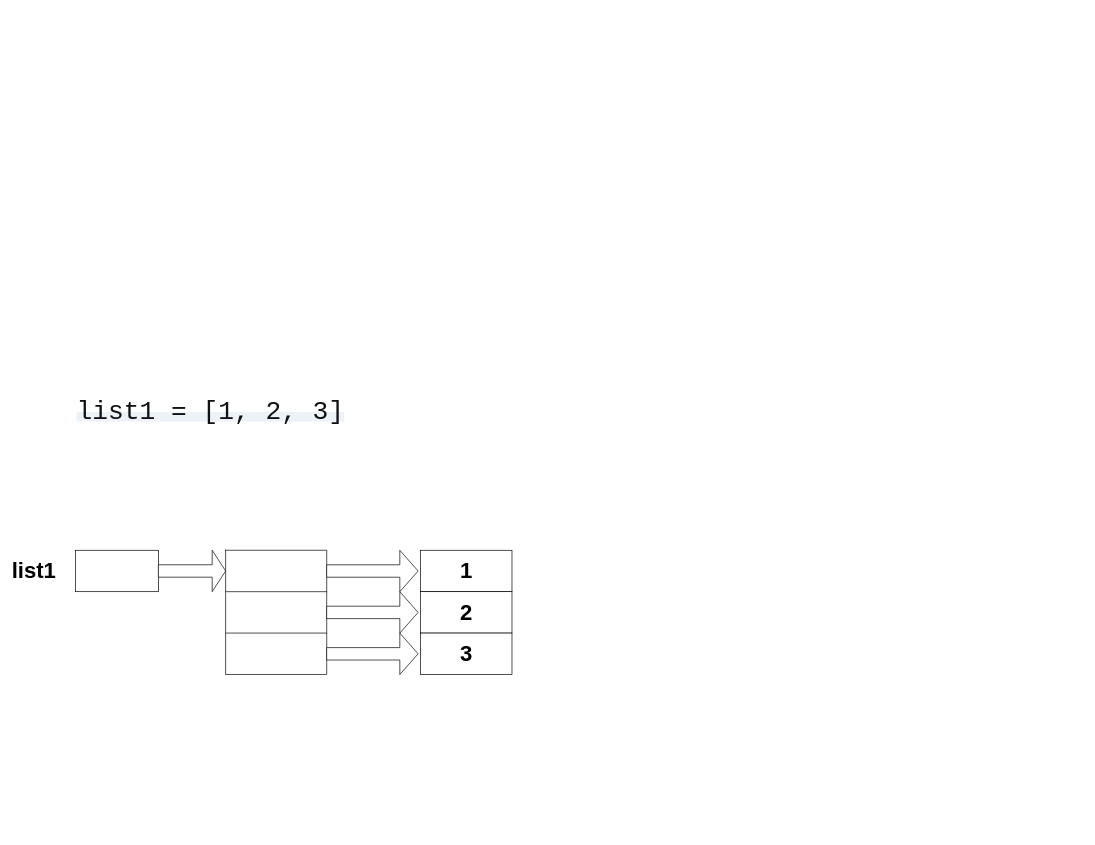
Before: page "list-1" (4 of 5) of docs/diagrams-variables.drawio in kushnertodd/basic-data-science-python, a draw.io diagram. Source tidied: cells renumbered, new cells numbered last; positions are measured from the earlier drawing's top-left corner, leaving out a move shared by most shapes. Both pictures are drawn from the tidied source at 69%, with x=0, y=0 at pixel (13, 12).
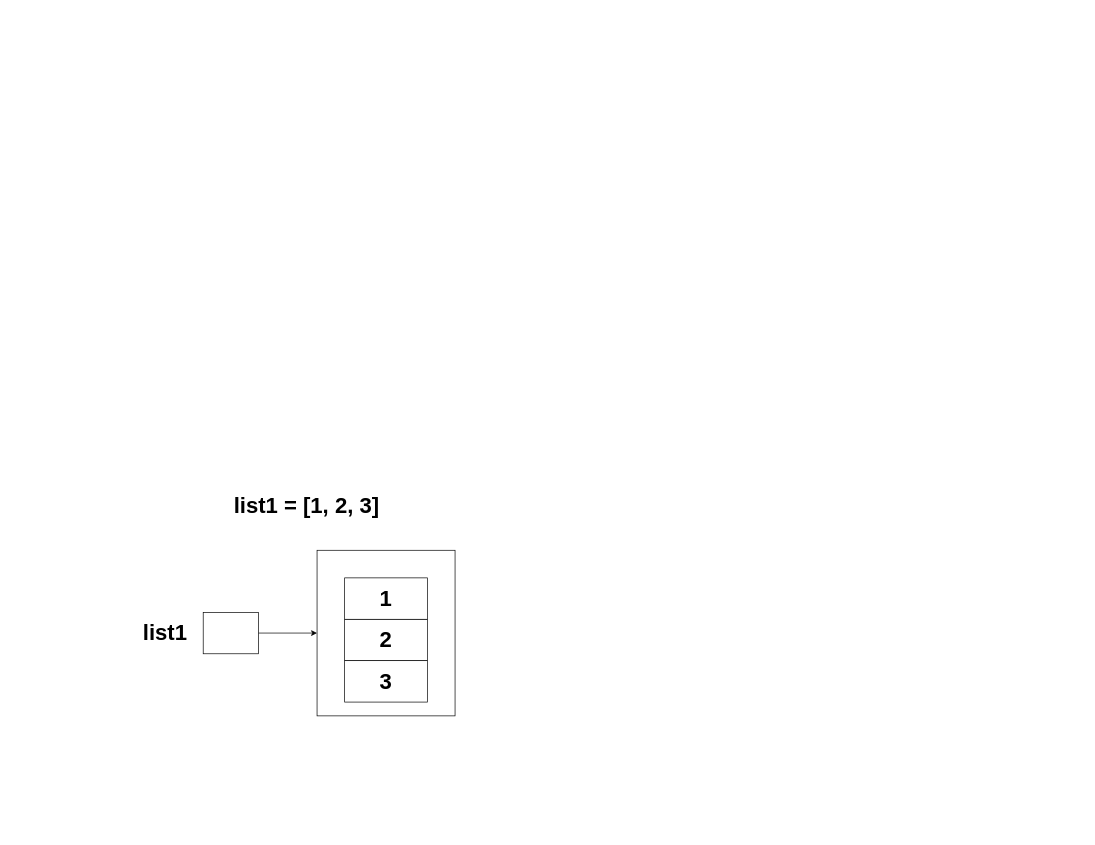
After the change.

Diff of the diagram source:
```diff
@@
 <mxGraphModel>
   <root>
     <mxCell id="0" />
     <mxCell id="1" parent="0" />
+    <mxCell id="20" style="rounded=0;whiteSpace=wrap;html=1;" parent="1" vertex="1">
+      <mxGeometry x="440" y="780" width="200" height="240" as="geometry" />
+    </mxCell>
     <mxCell id="2" style="rounded=0;whiteSpace=wrap;html=1;opacity=0;" parent="1" vertex="1">
-      <mxGeometry x="1040" width="510" height="1190" as="geometry" />
+      <mxGeometry x="160" y="660" width="520" height="400" as="geometry" />
     </mxCell>
-    <mxCell id="3" style="rounded=0;whiteSpace=wrap;html=1;" parent="1" vertex="1">
-      <mxGeometry x="90" y="780" width="120" height="60" as="geometry" />
-    </mxCell>
+    <mxCell id="14" value="&lt;span style=&quot;font-size: 32px;&quot;&gt;&lt;b&gt;2&lt;/b&gt;&lt;/span&gt;" style="rounded=0;whiteSpace=wrap;html=1;" parent="1" vertex="1">
+      <mxGeometry x="480" y="880" width="120" height="60" as="geometry" />
+    </mxCell>
     <mxCell id="4" value="&lt;font style=&quot;font-size: 32px;&quot;&gt;&lt;b&gt;list1&lt;/b&gt;&lt;/font&gt;" style="text;html=1;whiteSpace=wrap;strokeColor=none;fillColor=none;align=center;verticalAlign=middle;rounded=0;" parent="1" vertex="1">
-      <mxGeometry y="795" width="60" height="30" as="geometry" />
+      <mxGeometry x="190" y="885" width="60" height="30" as="geometry" />
     </mxCell>
+    <mxCell id="13" value="&lt;span style=&quot;font-size: 32px;&quot;&gt;&lt;b&gt;1&lt;/b&gt;&lt;/span&gt;" style="rounded=0;whiteSpace=wrap;html=1;" parent="1" vertex="1">
+      <mxGeometry x="480" y="820" width="120" height="60" as="geometry" />
+    </mxCell>
+    <mxCell id="21" style="edgeStyle=orthogonalEdgeStyle;rounded=0;jettySize=auto;html=1;" parent="1" edge="1" source="22" target="20">
+      <mxGeometry relative="1" as="geometry" />
+    </mxCell>
+    <mxCell id="22" style="rounded=0;whiteSpace=wrap;html=1;" parent="1" vertex="1">
+      <mxGeometry x="275" y="870" width="80" height="60" as="geometry" />
+    </mxCell>
+    <mxCell id="15" value="&lt;span style=&quot;font-size: 32px;&quot;&gt;&lt;b&gt;3&lt;/b&gt;&lt;/span&gt;" style="rounded=0;whiteSpace=wrap;html=1;" parent="1" vertex="1">
+      <mxGeometry x="480" y="940" width="120" height="60" as="geometry" />
+    </mxCell>
-    <mxCell id="5" value="&lt;span style=&quot;color: rgb(17, 17, 17); font-family: Consolas, &amp;quot;Liberation Mono&amp;quot;, Menlo, Courier, monospace; font-style: normal; font-variant-ligatures: normal; font-variant-caps: normal; font-weight: 400; letter-spacing: normal; orphans: 2; text-align: start; text-indent: 0px; text-transform: none; widows: 2; word-spacing: 0px; -webkit-text-stroke-width: 0px; white-space: pre-wrap; background-color: rgb(236, 242, 248); text-decoration-thickness: initial; text-decoration-style: initial; text-decoration-color: initial; float: none; display: inline !important;&quot;&gt;&lt;font style=&quot;font-size: 38px;&quot;&gt;list1 = [1, 2, 3]&lt;/font&gt;&lt;/span&gt;" style="text;whiteSpace=wrap;html=1;" parent="1" vertex="1">
-      <mxGeometry x="90" y="550" width="450" height="40" as="geometry" />
+    <mxCell id="5" value="&lt;span style=&quot;font-size: 32px;&quot;&gt;&lt;b&gt;list1 = [1, 2, 3]&lt;/b&gt;&lt;/span&gt;" style="text;html=1;whiteSpace=wrap;strokeColor=none;fillColor=none;align=center;verticalAlign=middle;rounded=0;" parent="1" vertex="1">
+      <mxGeometry x="290" y="700" width="270" height="30" as="geometry" />
     </mxCell>
-    <mxCell id="6" style="shape=table;startSize=0;childLayout=tableLayout;fontSize=16;" parent="1" vertex="1">
-      <mxGeometry x="307.5" y="780" width="146.5" height="180" as="geometry" />
-    </mxCell>
-    <mxCell id="7" style="shape=tableRow;horizontal=0;startSize=0;swimlaneHead=0;swimlaneBody=0;strokeColor=inherit;top=0;left=0;bottom=0;right=0;fillColor=none;fontSize=16;" parent="6" vertex="1">
-      <mxGeometry width="146.5" height="60" as="geometry" />
-    </mxCell>
-    <mxCell id="8" style="shape=partialRectangle;html=1;whiteSpace=wrap;strokeColor=inherit;overflow=hidden;fillColor=none;top=0;left=0;bottom=0;right=0;fontSize=16;" parent="7" vertex="1">
-      <mxGeometry width="147" height="60" as="geometry" />
-    </mxCell>
-    <mxCell id="9" style="shape=tableRow;horizontal=0;startSize=0;swimlaneHead=0;swimlaneBody=0;strokeColor=inherit;top=0;left=0;bottom=0;right=0;fillColor=none;fontSize=16;" parent="6" vertex="1">
-      <mxGeometry y="60" width="146.5" height="60" as="geometry" />
-    </mxCell>
-    <mxCell id="10" style="shape=partialRectangle;html=1;whiteSpace=wrap;strokeColor=inherit;overflow=hidden;fillColor=none;top=0;left=0;bottom=0;right=0;fontSize=16;" parent="9" vertex="1">
-      <mxGeometry width="147" height="60" as="geometry" />
-    </mxCell>
-    <mxCell id="11" style="shape=tableRow;horizontal=0;startSize=0;swimlaneHead=0;swimlaneBody=0;strokeColor=inherit;top=0;left=0;bottom=0;right=0;fillColor=none;fontSize=16;" parent="6" vertex="1">
-      <mxGeometry y="120" width="146.5" height="60" as="geometry" />
-    </mxCell>
-    <mxCell id="12" style="shape=partialRectangle;html=1;whiteSpace=wrap;strokeColor=inherit;overflow=hidden;fillColor=none;top=0;left=0;bottom=0;right=0;fontSize=16;" parent="11" vertex="1">
-      <mxGeometry width="147" height="60" as="geometry" />
-    </mxCell>
-    <mxCell id="13" value="&lt;b style=&quot;font-size: 32px;&quot;&gt;1&lt;/b&gt;" style="rounded=0;whiteSpace=wrap;html=1;" parent="1" vertex="1">
-      <mxGeometry x="590" y="780" width="132.5" height="60" as="geometry" />
-    </mxCell>
-    <mxCell id="14" value="&lt;b style=&quot;font-size: 32px;&quot;&gt;2&lt;/b&gt;" style="rounded=0;whiteSpace=wrap;html=1;" parent="1" vertex="1">
-      <mxGeometry x="590" y="840" width="132.5" height="60" as="geometry" />
-    </mxCell>
-    <mxCell id="15" value="&lt;b style=&quot;font-size: 32px;&quot;&gt;3&lt;/b&gt;" style="rounded=0;whiteSpace=wrap;html=1;" parent="1" vertex="1">
-      <mxGeometry x="590" y="900" width="132.5" height="60" as="geometry" />
-    </mxCell>
-    <mxCell id="16" style="shape=singleArrow;direction=south;whiteSpace=wrap;html=1;rotation=-90;" parent="1" vertex="1">
-      <mxGeometry x="490.2" y="743.8" width="60" height="132.5" as="geometry" />
-    </mxCell>
-    <mxCell id="17" style="shape=singleArrow;whiteSpace=wrap;html=1;" parent="1" vertex="1">
-      <mxGeometry x="210" y="780" width="97.5" height="60" as="geometry" />
-    </mxCell>
-    <mxCell id="18" style="shape=singleArrow;direction=south;whiteSpace=wrap;html=1;rotation=-90;" parent="1" vertex="1">
-      <mxGeometry x="490.2" y="803.8" width="60" height="132.5" as="geometry" />
-    </mxCell>
-    <mxCell id="19" style="shape=singleArrow;direction=south;whiteSpace=wrap;html=1;rotation=-90;" parent="1" vertex="1">
-      <mxGeometry x="490.2" y="863.8" width="60" height="132.5" as="geometry" />
-    </mxCell>
   </root>
 </mxGraphModel>
```
